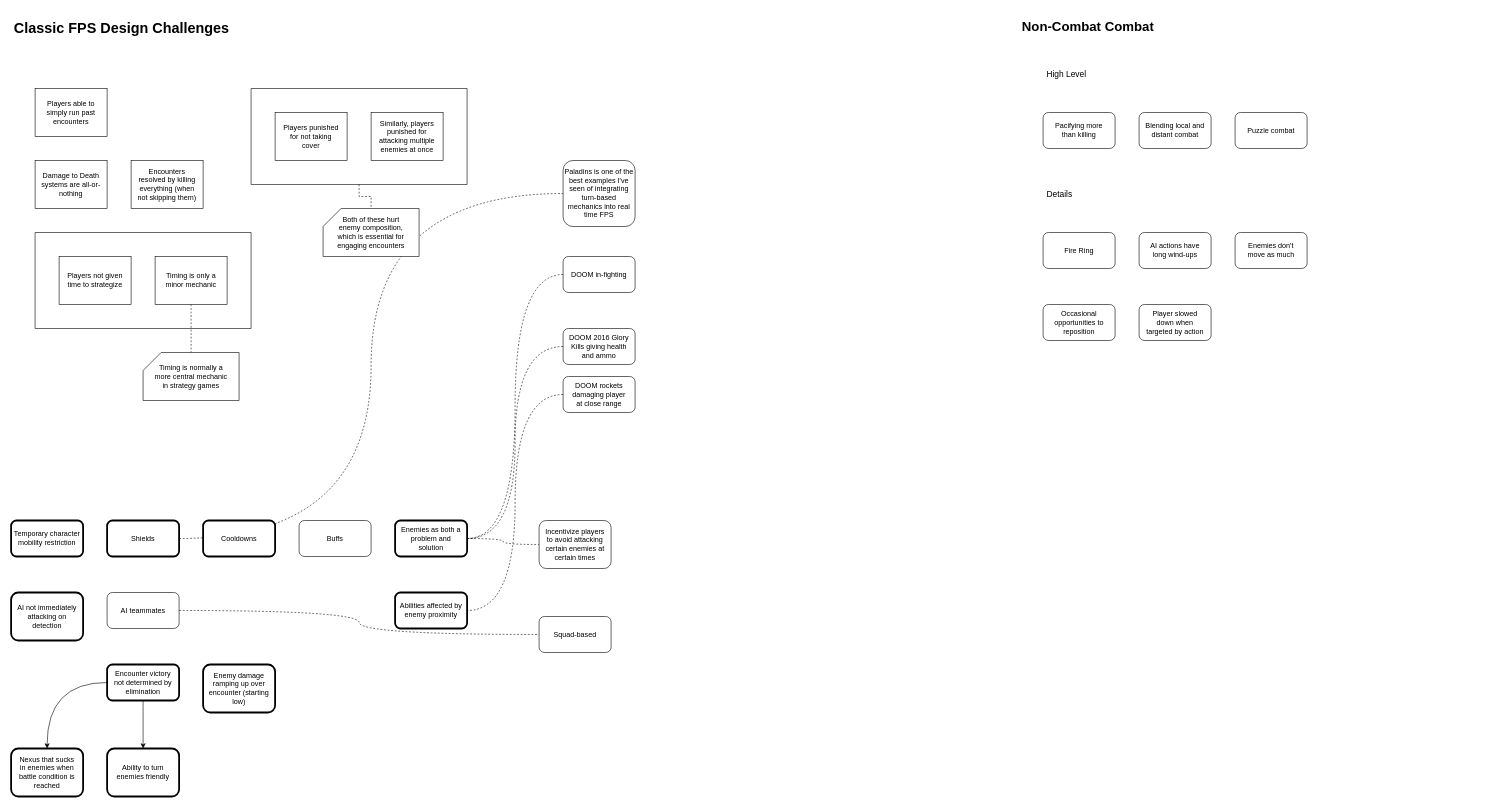
Before: page "Combat" (5 of 5) of docs/compuquest-brainstorming.drawio in silentorb/compuquest-kotlin, a draw.io diagram. Source tidied: cells renumbered, new cells numbered last; positions are measured from the earlier drawing's top-left corner, leaving out a move shared by most shapes. Both pictures are drawn from the tidied source at 60%, with x=0, y=0 at pixel (11, 16).
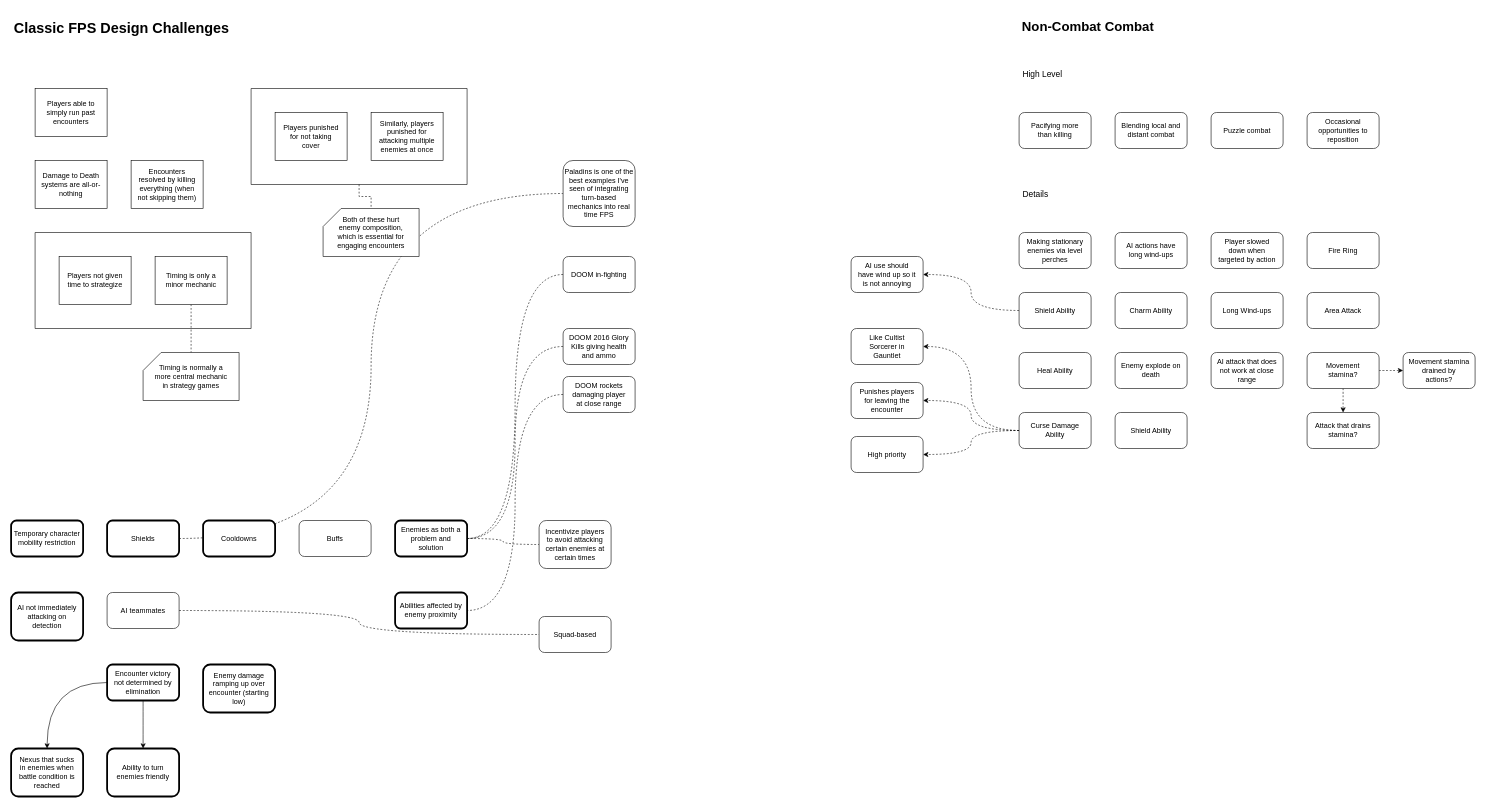
After the change.

The edit, as a diff of the source:
```diff
@@
     <mxCell id="43" value="Pacifying more than killing" style="rounded=1;whiteSpace=wrap;html=1;spacing=10;" parent="1" vertex="1">
-      <mxGeometry x="1720" y="160" width="120" height="60" as="geometry" />
+      <mxGeometry x="1680" y="160" width="120" height="60" as="geometry" />
     </mxCell>
     <mxCell id="44" value="Blending local and distant combat" style="rounded=1;whiteSpace=wrap;html=1;spacing=10;" parent="1" vertex="1">
-      <mxGeometry x="1880" y="160" width="120" height="60" as="geometry" />
+      <mxGeometry x="1840" y="160" width="120" height="60" as="geometry" />
     </mxCell>
     <mxCell id="45" value="Fire Ring" style="rounded=1;whiteSpace=wrap;html=1;spacing=10;" parent="1" vertex="1">
-      <mxGeometry x="1720" y="360" width="120" height="60" as="geometry" />
+      <mxGeometry x="2160" y="360" width="120" height="60" as="geometry" />
     </mxCell>
     <mxCell id="46" value="Puzzle combat" style="rounded=1;whiteSpace=wrap;html=1;spacing=10;" parent="1" vertex="1">
-      <mxGeometry x="2040" y="160" width="120" height="60" as="geometry" />
+      <mxGeometry x="2000" y="160" width="120" height="60" as="geometry" />
     </mxCell>
     <mxCell id="47" value="High Level" style="text;strokeColor=none;fillColor=none;align=left;verticalAlign=middle;spacingLeft=4;spacingRight=4;overflow=hidden;fontFamily=Helvetica;fontSize=14;fontColor=default;" parent="1" vertex="1">
-      <mxGeometry x="1720" y="80" width="80" height="30" as="geometry" />
+      <mxGeometry x="1680" y="80" width="80" height="30" as="geometry" />
     </mxCell>
     <mxCell id="48" value="Details" style="text;strokeColor=none;fillColor=none;align=left;verticalAlign=middle;spacingLeft=4;spacingRight=4;overflow=hidden;fontFamily=Helvetica;fontSize=14;fontColor=default;" parent="1" vertex="1">
-      <mxGeometry x="1720" y="280" width="80" height="30" as="geometry" />
+      <mxGeometry x="1680" y="280" width="80" height="30" as="geometry" />
     </mxCell>
     <mxCell id="49" value="AI actions have long wind-ups" style="rounded=1;whiteSpace=wrap;html=1;spacing=10;" parent="1" vertex="1">
-      <mxGeometry x="1880" y="360" width="120" height="60" as="geometry" />
+      <mxGeometry x="1840" y="360" width="120" height="60" as="geometry" />
     </mxCell>
-    <mxCell id="50" value="Enemies don't move as much" style="rounded=1;whiteSpace=wrap;html=1;spacing=10;" parent="1" vertex="1">
-      <mxGeometry x="2040" y="360" width="120" height="60" as="geometry" />
-    </mxCell>
     <mxCell id="51" value="Occasional opportunities to reposition" style="rounded=1;whiteSpace=wrap;html=1;spacing=10;" parent="1" vertex="1">
-      <mxGeometry x="1720" y="480" width="120" height="60" as="geometry" />
+      <mxGeometry x="2160" y="160" width="120" height="60" as="geometry" />
     </mxCell>
     <mxCell id="52" value="Player slowed down when targeted by action" style="rounded=1;whiteSpace=wrap;html=1;spacing=10;" parent="1" vertex="1">
-      <mxGeometry x="1880" y="480" width="120" height="60" as="geometry" />
+      <mxGeometry x="2000" y="360" width="120" height="60" as="geometry" />
     </mxCell>
+    <mxCell id="53" value="Making stationary enemies via level perches" style="rounded=1;whiteSpace=wrap;html=1;spacing=10;" parent="1" vertex="1">
+      <mxGeometry x="1680" y="360" width="120" height="60" as="geometry" />
+    </mxCell>
+    <mxCell id="54" value="Charm Ability" style="rounded=1;whiteSpace=wrap;html=1;spacing=10;" parent="1" vertex="1">
+      <mxGeometry x="1840" y="460" width="120" height="60" as="geometry" />
+    </mxCell>
+    <mxCell id="55" value="Heal Ability" style="rounded=1;whiteSpace=wrap;html=1;spacing=10;" parent="1" vertex="1">
+      <mxGeometry x="1680" y="560" width="120" height="60" as="geometry" />
+    </mxCell>
+    <mxCell id="56" value="Enemy explode on death" style="rounded=1;whiteSpace=wrap;html=1;spacing=10;" parent="1" vertex="1">
+      <mxGeometry x="1840" y="560" width="120" height="60" as="geometry" />
+    </mxCell>
+    <mxCell id="57" style="edgeStyle=orthogonalEdgeStyle;curved=1;rounded=0;jettySize=auto;html=1;entryX=1;entryY=0.5;entryDx=0;entryDy=0;dashed=1;" parent="1" edge="1" source="58" target="73">
+      <mxGeometry relative="1" as="geometry" />
+    </mxCell>
+    <mxCell id="58" value="Shield Ability" style="rounded=1;whiteSpace=wrap;html=1;spacing=10;" parent="1" vertex="1">
+      <mxGeometry x="1680" y="460" width="120" height="60" as="geometry" />
+    </mxCell>
+    <mxCell id="59" value="Shield Ability" style="rounded=1;whiteSpace=wrap;html=1;spacing=10;" parent="1" vertex="1">
+      <mxGeometry x="1840" y="660" width="120" height="60" as="geometry" />
+    </mxCell>
+    <mxCell id="60" style="edgeStyle=orthogonalEdgeStyle;rounded=0;jettySize=auto;html=1;entryX=1;entryY=0.5;entryDx=0;entryDy=0;dashed=1;curved=1;" parent="1" edge="1" source="63" target="64">
+      <mxGeometry relative="1" as="geometry" />
+    </mxCell>
+    <mxCell id="61" style="edgeStyle=orthogonalEdgeStyle;curved=1;rounded=0;jettySize=auto;html=1;entryX=1;entryY=0.5;entryDx=0;entryDy=0;dashed=1;" parent="1" edge="1" source="63" target="65">
+      <mxGeometry relative="1" as="geometry" />
+    </mxCell>
+    <mxCell id="62" style="edgeStyle=orthogonalEdgeStyle;curved=1;rounded=0;jettySize=auto;html=1;entryX=1;entryY=0.5;entryDx=0;entryDy=0;dashed=1;" parent="1" edge="1" source="63" target="72">
+      <mxGeometry relative="1" as="geometry" />
+    </mxCell>
+    <mxCell id="63" value="Curse Damage Ability" style="rounded=1;whiteSpace=wrap;html=1;spacing=10;" parent="1" vertex="1">
+      <mxGeometry x="1680" y="660" width="120" height="60" as="geometry" />
+    </mxCell>
+    <mxCell id="64" value="Like Cultist Sorcerer in Gauntlet" style="rounded=1;whiteSpace=wrap;html=1;spacing=10;" parent="1" vertex="1">
+      <mxGeometry x="1400" y="520" width="120" height="60" as="geometry" />
+    </mxCell>
+    <mxCell id="65" value="Punishes players for leaving the encounter" style="rounded=1;whiteSpace=wrap;html=1;spacing=10;" parent="1" vertex="1">
+      <mxGeometry x="1400" y="610" width="120" height="60" as="geometry" />
+    </mxCell>
+    <mxCell id="66" value="Area Attack" style="rounded=1;whiteSpace=wrap;html=1;spacing=10;" parent="1" vertex="1">
+      <mxGeometry x="2160" y="460" width="120" height="60" as="geometry" />
+    </mxCell>
+    <mxCell id="67" style="edgeStyle=orthogonalEdgeStyle;curved=1;rounded=0;jettySize=auto;html=1;dashed=1;" parent="1" edge="1" source="69" target="70">
+      <mxGeometry relative="1" as="geometry" />
+    </mxCell>
+    <mxCell id="68" style="edgeStyle=orthogonalEdgeStyle;curved=1;rounded=0;jettySize=auto;html=1;dashed=1;" parent="1" edge="1" source="69" target="75">
+      <mxGeometry relative="1" as="geometry" />
+    </mxCell>
+    <mxCell id="69" value="Movement stamina?" style="rounded=1;whiteSpace=wrap;html=1;spacing=10;" parent="1" vertex="1">
+      <mxGeometry x="2160" y="560" width="120" height="60" as="geometry" />
+    </mxCell>
+    <mxCell id="70" value="Attack that drains stamina?" style="rounded=1;whiteSpace=wrap;html=1;spacing=10;" parent="1" vertex="1">
+      <mxGeometry x="2160" y="660" width="120" height="60" as="geometry" />
+    </mxCell>
+    <mxCell id="71" value="Long Wind-ups" style="rounded=1;whiteSpace=wrap;html=1;spacing=10;" parent="1" vertex="1">
+      <mxGeometry x="2000" y="460" width="120" height="60" as="geometry" />
+    </mxCell>
+    <mxCell id="72" value="High priority" style="rounded=1;whiteSpace=wrap;html=1;spacing=10;" parent="1" vertex="1">
+      <mxGeometry x="1400" y="700" width="120" height="60" as="geometry" />
+    </mxCell>
+    <mxCell id="73" value="AI use should have wind up so it is not annoying" style="rounded=1;whiteSpace=wrap;html=1;spacing=10;" parent="1" vertex="1">
+      <mxGeometry x="1400" y="400" width="120" height="60" as="geometry" />
+    </mxCell>
+    <mxCell id="74" value="AI attack that does not work at close range" style="rounded=1;whiteSpace=wrap;html=1;spacing=10;" parent="1" vertex="1">
+      <mxGeometry x="2000" y="560" width="120" height="60" as="geometry" />
+    </mxCell>
+    <mxCell id="75" value="Movement stamina drained by actions?" style="rounded=1;whiteSpace=wrap;html=1;spacing=10;" parent="1" vertex="1">
+      <mxGeometry x="2320" y="560" width="120" height="60" as="geometry" />
+    </mxCell>
```
